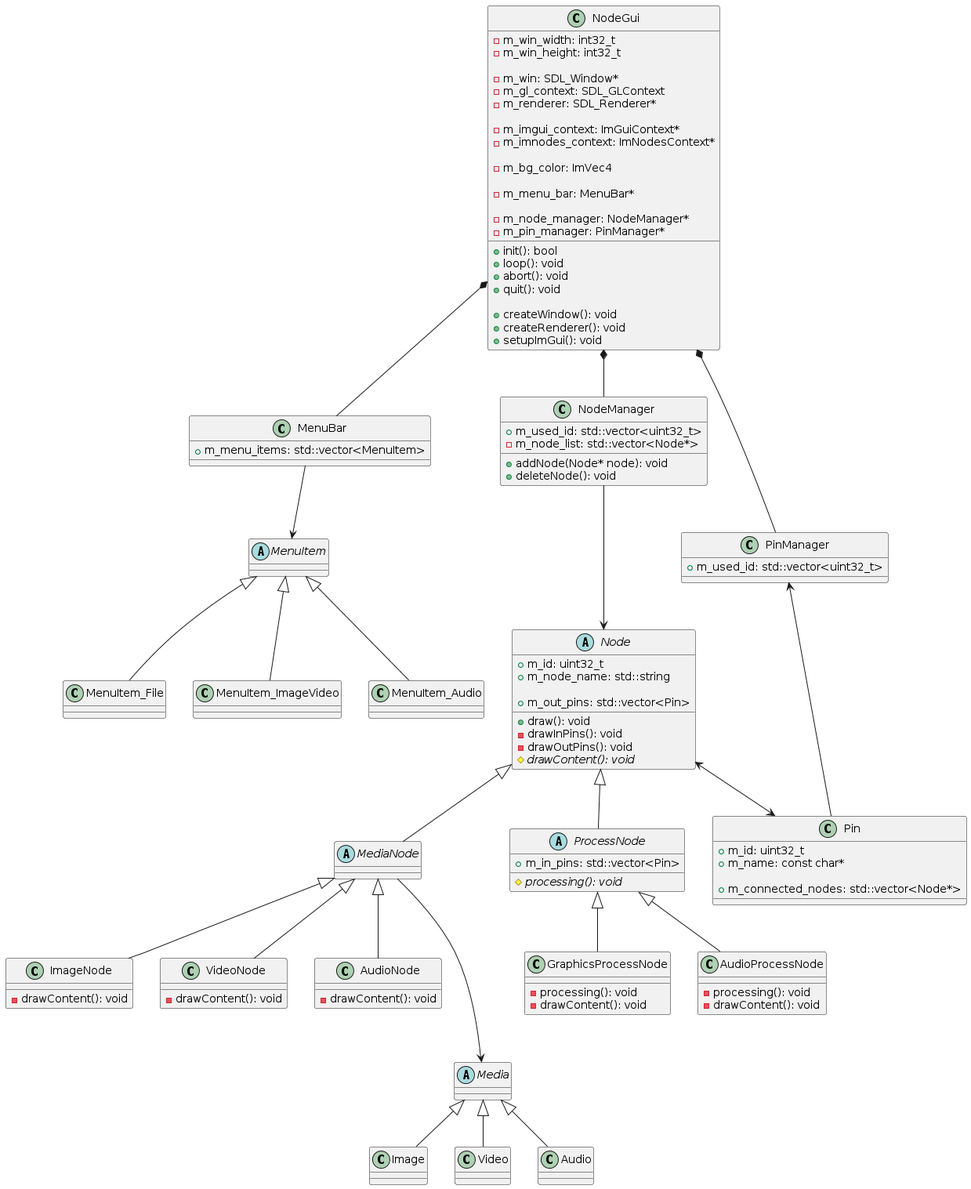
Before: uml/NodeProcessing.png, a diagram exported from PlantUML (nkue-yst/NodeProcessV2).
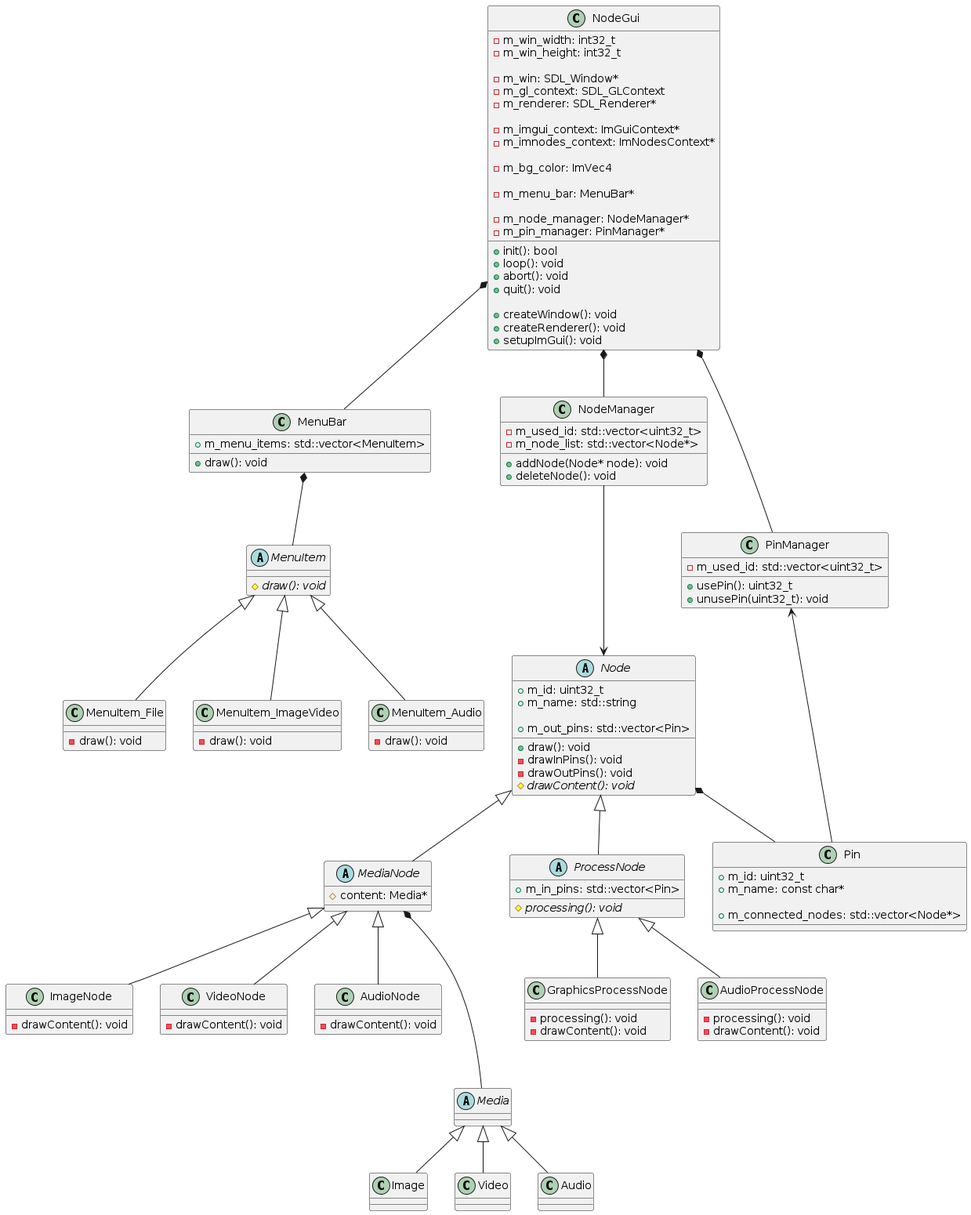
Above is the later version.

The edit, as a diff of the source:
```diff
@@ -29,30 +29,32 @@
 }
 
 class MenuBar {
+    +draw(): void
+
     +m_menu_items: std::vector<MenuItem>
 }
 
 abstract class MenuItem {
-
+    {abstract} #draw(): void
 }
 
 class MenuItem_File {
-
+    -draw(): void
 }
 
 class MenuItem_ImageVideo {
-
+    -draw(): void
 }
 
 class MenuItem_Audio {
-
+    -draw(): void
 }
 
 class NodeManager {
     +addNode(Node* node): void
     +deleteNode(): void
 
-    +m_used_id: std::vector<uint32_t>
+    -m_used_id: std::vector<uint32_t>
     -m_node_list: std::vector<Node*>
 }
 
@@ -63,13 +65,13 @@
     {abstract} #drawContent(): void
 
     +m_id: uint32_t
-    +m_node_name: std::string
+    +m_name: std::string
 
     +m_out_pins: std::vector<Pin>
 }
 
 abstract class MediaNode {
-
+    #content: Media*
 }
 
 abstract class ProcessNode {
@@ -101,7 +103,10 @@
 }
 
 class PinManager {
-    +m_used_id: std::vector<uint32_t>
+    +usePin(): uint32_t
+    +unusePin(uint32_t): void
+
+    -m_used_id: std::vector<uint32_t>
 }
 
 class Pin {
@@ -131,26 +136,26 @@
 NodeGui *-- PinManager
 NodeGui *-- MenuBar
 
-MenuBar --> MenuItem
+MenuBar *-- MenuItem
 MenuItem <|-- MenuItem_File
 MenuItem <|-- MenuItem_ImageVideo
 MenuItem <|-- MenuItem_Audio
 
 Node <|-- MediaNode
 Node <|-- ProcessNode
+Node *-- Pin
 MediaNode <|-- ImageNode
 MediaNode <|-- VideoNode
 MediaNode <|-- AudioNode
 ProcessNode <|-- GraphicsProcessNode
 ProcessNode <|-- AudioProcessNode
 
-MediaNode ---> Media
+MediaNode *--- Media
 Media <|-- Image
 Media <|-- Video
 Media <|-- Audio
 
 NodeManager ---> Node
 PinManager <-- Pin
-Node <--> Pin
 
 @enduml
```
